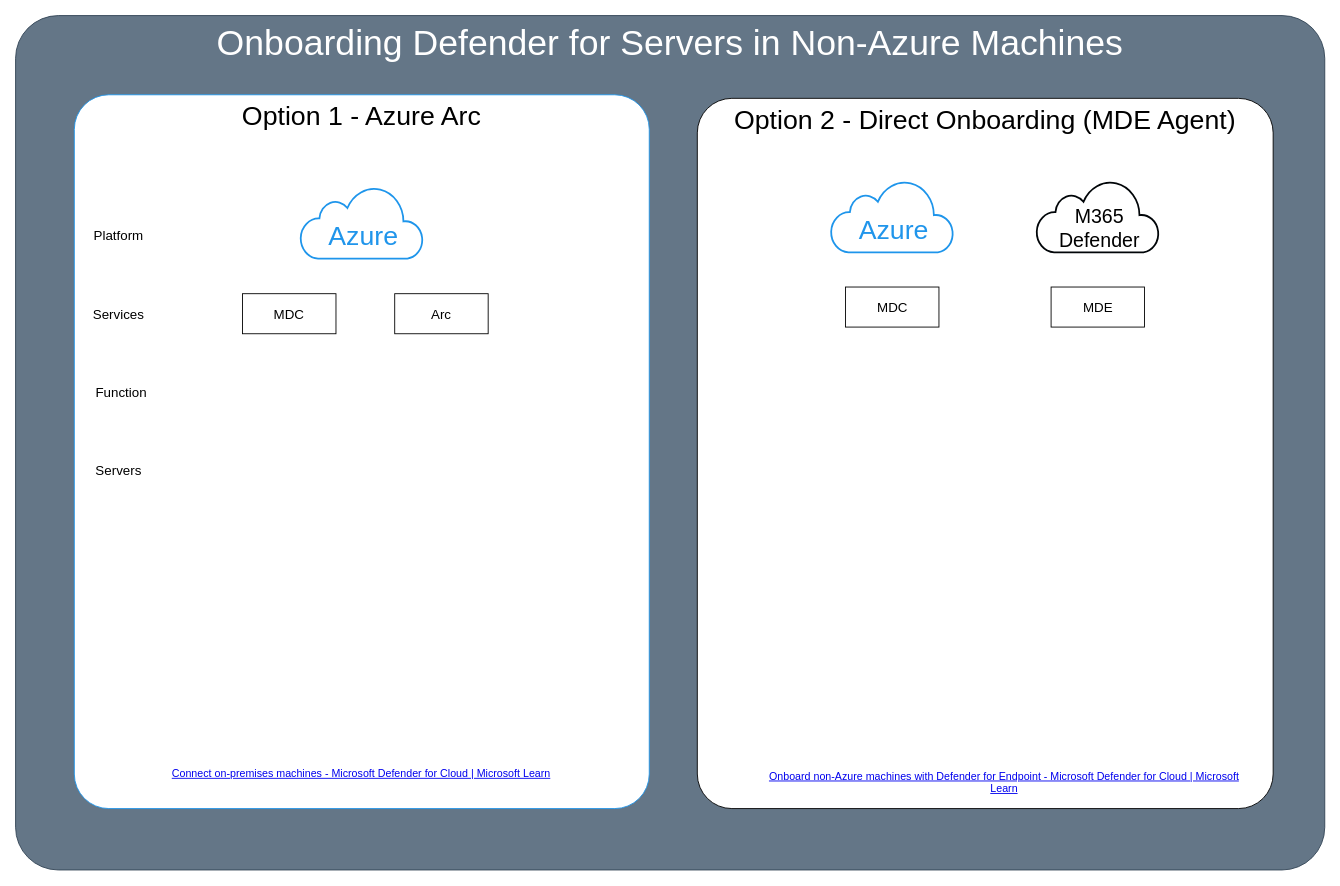
Earlier version of the draw.io diagram page "Page-11" (11 of 11) of M365/Untitled Diagram.drawio (amcamillo/DnD-DecksnDiagrams). Source tidied: cells renumbered, new cells numbered last; positions are measured from the earlier drawing's top-left corner, leaving out a move shared by most shapes. Both pictures are drawn from the tidied source at 89%, with x=0, y=0 at pixel (15, 15).
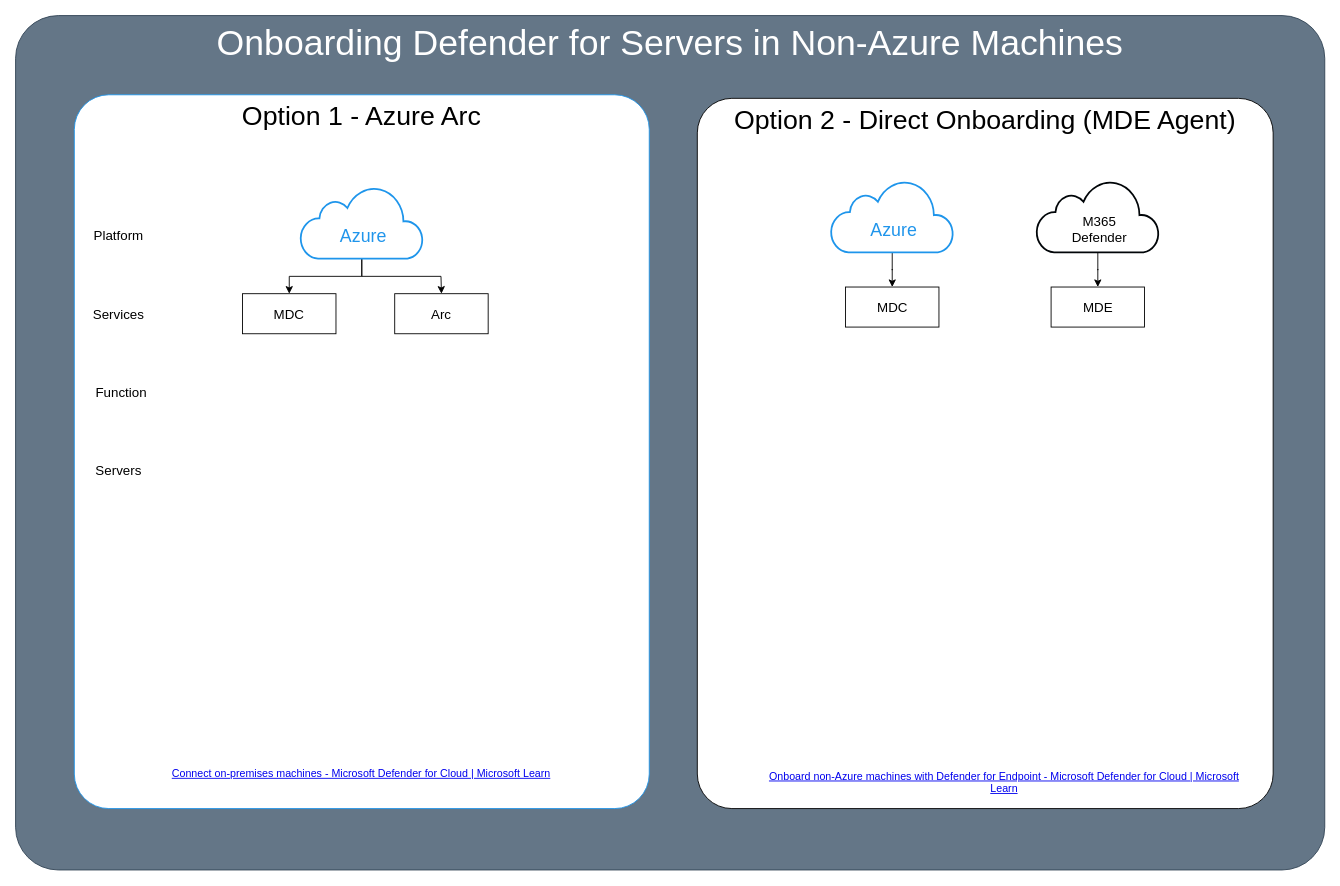
After the change.

The change refers to these unchanged cells:
```xml
<mxCell id="17" value="&lt;font style=&quot;font-size: 15px;&quot;&gt;MDC&lt;/font&gt;" style="rounded=0;whiteSpace=wrap;html=1;fontSize=15;" parent="1" vertex="1">
  <mxGeometry x="255" y="312.5" width="105" height="45" as="geometry" />
</mxCell>
<mxCell id="18" value="&lt;font style=&quot;font-size: 15px;&quot;&gt;Arc&lt;/font&gt;" style="rounded=0;whiteSpace=wrap;html=1;fontSize=15;" parent="1" vertex="1">
  <mxGeometry x="426" y="312.5" width="105" height="45" as="geometry" />
</mxCell>
<mxCell id="19" value="&lt;font style=&quot;font-size: 15px;&quot;&gt;MDC&lt;/font&gt;" style="rounded=0;whiteSpace=wrap;html=1;" parent="1" vertex="1">
  <mxGeometry x="932.5" y="305" width="105" height="45" as="geometry" />
</mxCell>
<mxCell id="20" value="&lt;font style=&quot;font-size: 15px;&quot;&gt;MDE&lt;/font&gt;" style="rounded=0;whiteSpace=wrap;html=1;" parent="1" vertex="1">
  <mxGeometry x="1163.5" y="305" width="105" height="45" as="geometry" />
</mxCell>
<mxCell id="21" style="html=1;verticalLabelPosition=bottom;align=center;labelBackgroundColor=none;verticalAlign=top;strokeWidth=2;strokeColor=#010508;shadow=0;dashed=0;shape=mxgraph.ios7.icons.cloud;fillColor=default;fontColor=default;" parent="1" vertex="1">
  <mxGeometry x="1147" y="185" width="138" height="81" as="geometry" />
</mxCell>
```

The edit, as a diff of the source:
```diff
@@
-    <mxCell id="7" style="group;" parent="1" vertex="1">
-      <mxGeometry x="320" y="192" width="138" height="81" as="geometry" />
-    </mxCell>
-    <mxCell id="8" style="html=1;verticalLabelPosition=bottom;align=center;labelBackgroundColor=#ffffff;verticalAlign=top;strokeWidth=2;strokeColor=#1e95eb;shadow=0;dashed=0;shape=mxgraph.ios7.icons.cloud;fillColor=default;" parent="7" vertex="1">
-      <mxGeometry width="138" height="81" as="geometry" />
-    </mxCell>
-    <mxCell id="9" value="&lt;font style=&quot;font-size: 30px;&quot;&gt;Azure&lt;/font&gt;" style="text;html=1;strokeColor=none;fillColor=none;align=center;verticalAlign=middle;whiteSpace=wrap;rounded=0;fontColor=#2095eb;" parent="7" vertex="1">
-      <mxGeometry x="41" y="40" width="60" height="30" as="geometry" />
-    </mxCell>
-    <mxCell id="10" style="group;" parent="1" vertex="1">
-      <mxGeometry x="916" y="185" width="138" height="81" as="geometry" />
-    </mxCell>
-    <mxCell id="11" style="html=1;verticalLabelPosition=bottom;align=center;labelBackgroundColor=#ffffff;verticalAlign=top;strokeWidth=2;strokeColor=#1e95eb;shadow=0;dashed=0;shape=mxgraph.ios7.icons.cloud;fillColor=default;" parent="10" vertex="1">
-      <mxGeometry width="138" height="81" as="geometry" />
-    </mxCell>
-    <mxCell id="12" value="&lt;font style=&quot;font-size: 30px;&quot;&gt;Azure&lt;/font&gt;" style="text;html=1;strokeColor=none;fillColor=none;align=center;verticalAlign=middle;whiteSpace=wrap;rounded=0;fontColor=#2095eb;" parent="10" vertex="1">
-      <mxGeometry x="41" y="40" width="60" height="30" as="geometry" />
-    </mxCell>
@@
+    <mxCell id="24" style="edgeStyle=orthogonalEdgeStyle;rounded=0;jettySize=auto;html=1;" parent="1" edge="1" source="21" target="20">
+      <mxGeometry relative="1" as="geometry" />
+    </mxCell>
@@
-    <mxCell id="22" value="&lt;font style=&quot;font-size: 22px;&quot;&gt;M365 Defender&lt;/font&gt;" style="text;html=1;strokeColor=none;fillColor=none;align=center;verticalAlign=middle;whiteSpace=wrap;rounded=0;fontColor=#000000;fontSize=22;" parent="1" vertex="1">
+    <mxCell id="22" value="&lt;font style=&quot;font-size: 15px;&quot;&gt;M365 Defender&lt;/font&gt;" style="text;html=1;strokeColor=none;fillColor=none;align=center;verticalAlign=middle;whiteSpace=wrap;rounded=0;fontColor=#000000;fontSize=15;" parent="1" vertex="1">
       <mxGeometry x="1188" y="225" width="60" height="30" as="geometry" />
     </mxCell>
@@
+    <mxCell id="25" style="edgeStyle=orthogonalEdgeStyle;rounded=0;jettySize=auto;html=1;entryX=0.5;entryY=0;entryDx=0;entryDy=0;" parent="1" edge="1" source="8" target="18">
+      <mxGeometry relative="1" as="geometry" />
+    </mxCell>
+    <mxCell id="26" style="edgeStyle=orthogonalEdgeStyle;rounded=0;jettySize=auto;html=1;entryX=0.5;entryY=0;entryDx=0;entryDy=0;" parent="1" edge="1" source="8" target="17">
+      <mxGeometry relative="1" as="geometry" />
+    </mxCell>
+    <mxCell id="8" style="html=1;verticalLabelPosition=bottom;align=center;labelBackgroundColor=#ffffff;verticalAlign=top;strokeWidth=2;strokeColor=#1e95eb;shadow=0;dashed=0;shape=mxgraph.ios7.icons.cloud;fillColor=default;" parent="1" vertex="1">
+      <mxGeometry x="320" y="192" width="138" height="81" as="geometry" />
+    </mxCell>
+    <mxCell id="9" value="&lt;font style=&quot;font-size: 20px;&quot;&gt;Azure&lt;/font&gt;" style="text;html=1;strokeColor=none;fillColor=none;align=center;verticalAlign=middle;whiteSpace=wrap;rounded=0;fontColor=#2095eb;fontSize=20;" parent="1" vertex="1">
+      <mxGeometry x="361" y="232" width="60" height="30" as="geometry" />
+    </mxCell>
+    <mxCell id="27" style="edgeStyle=orthogonalEdgeStyle;rounded=0;jettySize=auto;html=1;entryX=0.5;entryY=0;entryDx=0;entryDy=0;" parent="1" edge="1" source="11" target="19">
+      <mxGeometry relative="1" as="geometry" />
+    </mxCell>
+    <mxCell id="11" style="html=1;verticalLabelPosition=bottom;align=center;labelBackgroundColor=#ffffff;verticalAlign=top;strokeWidth=2;strokeColor=#1e95eb;shadow=0;dashed=0;shape=mxgraph.ios7.icons.cloud;fillColor=default;" parent="1" vertex="1">
+      <mxGeometry x="916" y="185" width="138" height="81" as="geometry" />
+    </mxCell>
+    <mxCell id="12" value="&lt;font style=&quot;font-size: 20px;&quot;&gt;Azure&lt;/font&gt;" style="text;html=1;strokeColor=none;fillColor=none;align=center;verticalAlign=middle;whiteSpace=wrap;rounded=0;fontColor=#2095eb;fontSize=20;" parent="1" vertex="1">
+      <mxGeometry x="957" y="225" width="60" height="30" as="geometry" />
+    </mxCell>
```
